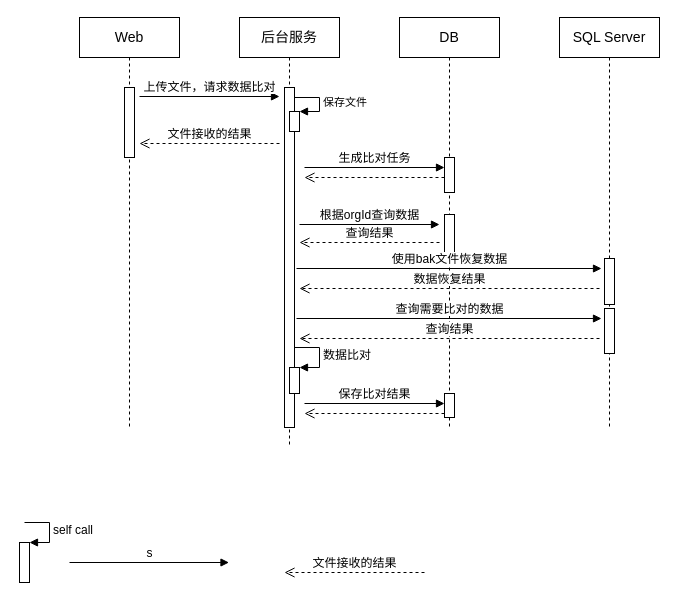
This is page "[sequence]bak-compare" (1 of 5) of CSS/CSS.drawio from waterwatermelon/graph, a draw.io file, before an edit. Source tidied: cells renumbered, new cells numbered last; positions are measured from the earlier drawing's top-left corner, leaving out a move shared by most shapes. Both pictures are drawn from the tidied source at 100%, with x=0, y=0 at pixel (19, 17).
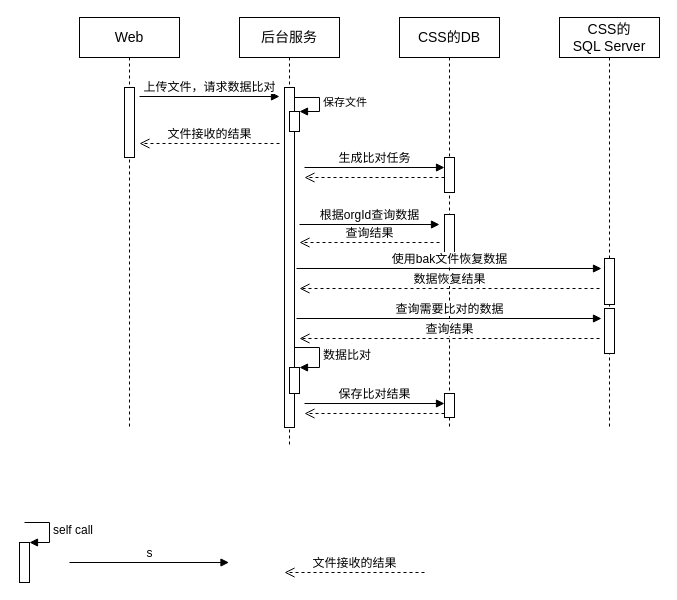
After the change.

Diff of the diagram source:
```diff
@@
-    <mxCell id="5" value="&lt;span style=&quot;font-size: 14px&quot;&gt;DB&lt;/span&gt;" style="shape=umlLifeline;perimeter=lifelinePerimeter;whiteSpace=wrap;html=1;" parent="1" vertex="1">
+    <mxCell id="5" value="&lt;span style=&quot;font-size: 14px&quot;&gt;CSS的DB&lt;/span&gt;" style="shape=umlLifeline;perimeter=lifelinePerimeter;whiteSpace=wrap;html=1;" parent="1" vertex="1">
       <mxGeometry x="380" width="100" height="410" as="geometry" />
     </mxCell>
@@
-    <mxCell id="7" value="&lt;span style=&quot;font-size: 14px&quot;&gt;SQL Server&lt;/span&gt;" style="shape=umlLifeline;perimeter=lifelinePerimeter;whiteSpace=wrap;html=1;" parent="1" vertex="1">
+    <mxCell id="7" value="&lt;span style=&quot;font-size: 14px&quot;&gt;CSS的&lt;br&gt;SQL Server&lt;/span&gt;" style="shape=umlLifeline;perimeter=lifelinePerimeter;whiteSpace=wrap;html=1;" parent="1" vertex="1">
       <mxGeometry x="540" width="100" height="410" as="geometry" />
     </mxCell>
```
